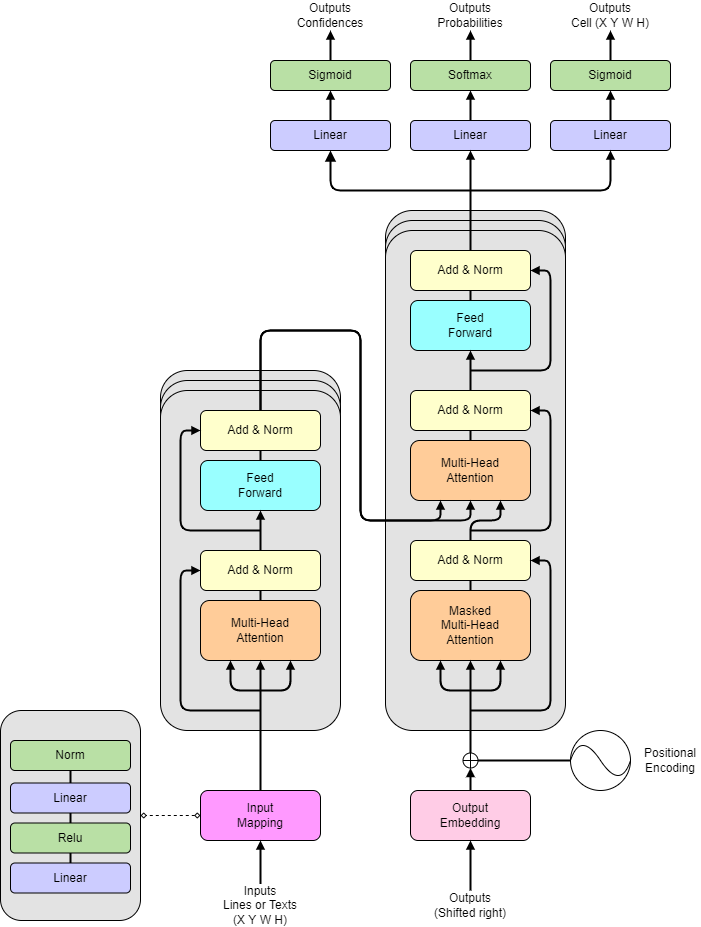
little-polka-dot/tex keeps this draw.io diagram as img/PositionalStructure.png. Above is the earlier version. Source tidied: cells renumbered, new cells last; positions are measured from the earlier drawing's top-left corner, leaving out a move shared by most shapes.
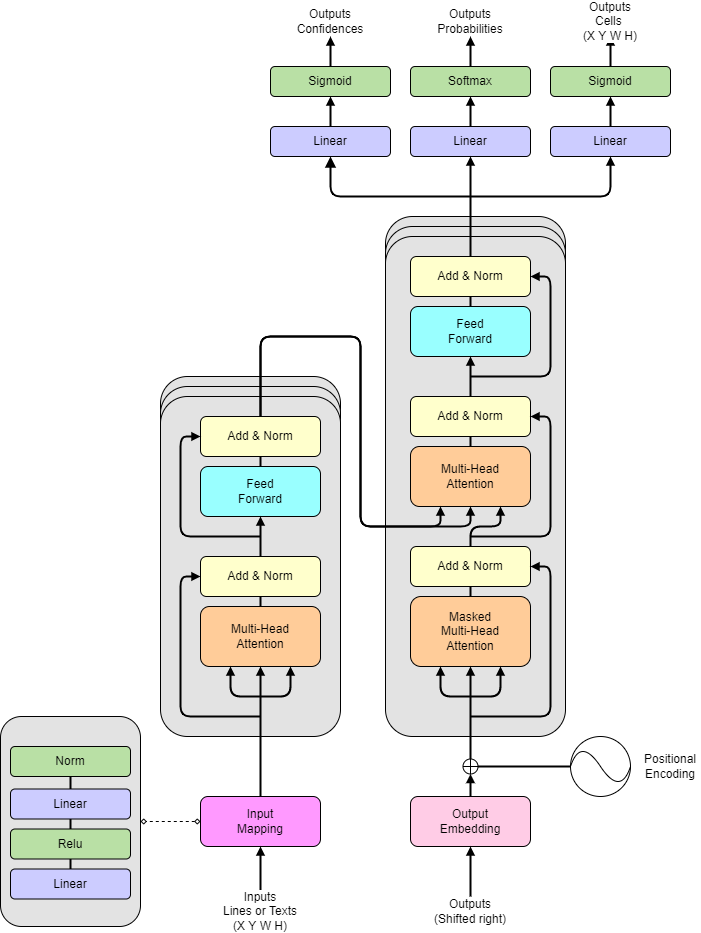
The same file after the commit.

The edit, as a diff of the source:
```diff
@@ -88,7 +88,7 @@
     <mxCell id="28" value="Outputs&lt;br&gt;Probabilities" style="text;html=1;strokeColor=none;fillColor=none;align=center;verticalAlign=middle;whiteSpace=wrap;rounded=0;labelBackgroundColor=#FFFFFF;" parent="1" vertex="1">
       <mxGeometry x="425" width="90" height="30" as="geometry" />
     </mxCell>
-    <mxCell id="29" value="Outputs&lt;br&gt;Cell (X Y W H)" style="text;html=1;strokeColor=none;fillColor=none;align=center;verticalAlign=middle;whiteSpace=wrap;rounded=0;labelBackgroundColor=#FFFFFF;" parent="1" vertex="1">
+    <mxCell id="29" value="Outputs&lt;br&gt;Cells &lt;br&gt;(X Y W H)" style="text;html=1;strokeColor=none;fillColor=none;align=center;verticalAlign=middle;whiteSpace=wrap;rounded=0;labelBackgroundColor=#FFFFFF;" parent="1" vertex="1">
       <mxGeometry x="565" width="90" height="30" as="geometry" />
     </mxCell>
     <mxCell id="30" style="group;" parent="1" vertex="1">
```
